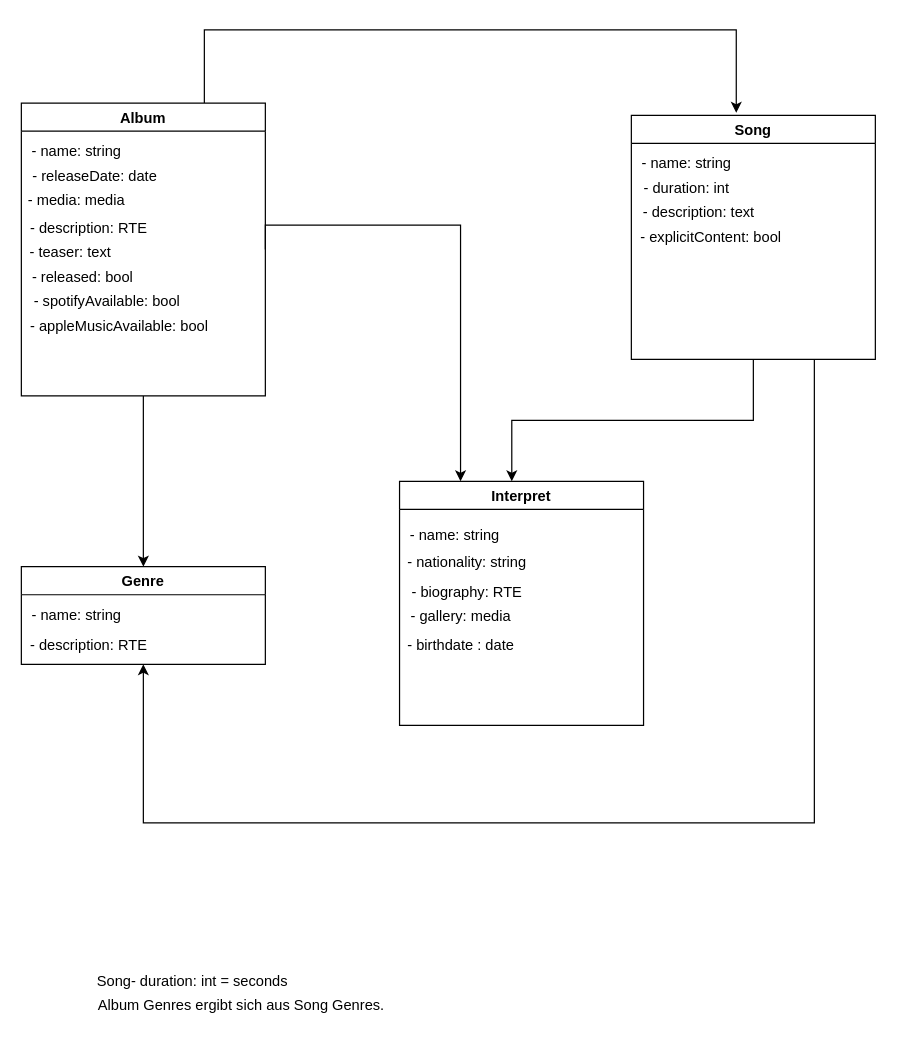
Above: page "UML" (1 of 7) of Untitled Diagram.drawio in free-prayer-bird/demo-repo (draw.io), before the change. Source tidied: cells renumbered, new cells numbered last; positions are measured from the earlier drawing's top-left corner, leaving out a move shared by most shapes. Both pictures are drawn from the tidied source at 122%, with x=0, y=0 at pixel (21, 29).
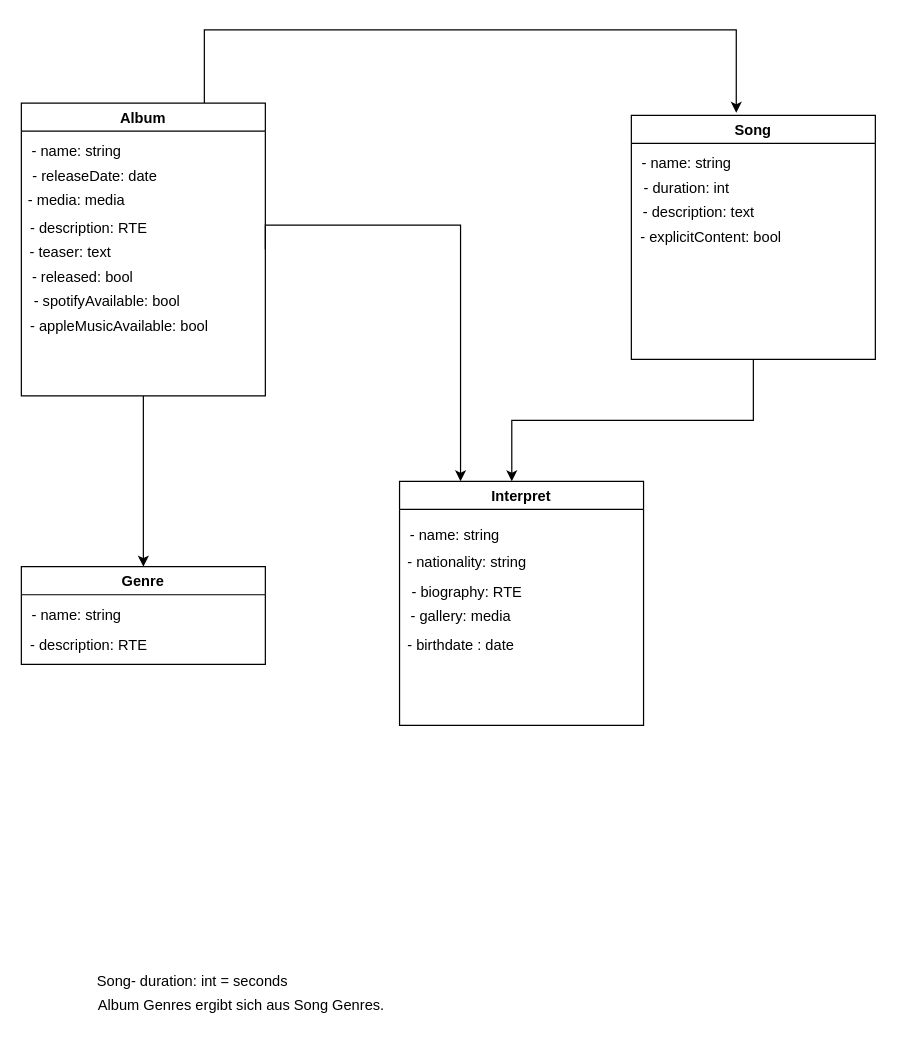
Above is the later version.

Unchanged cells that the change refers to:
```xml
<mxCell id="16" value="Song" style="swimlane;" parent="1" vertex="1">
  <mxGeometry x="500" y="70" width="200" height="200" as="geometry" />
</mxCell>
<mxCell id="27" value="Genre" style="swimlane;" parent="1" vertex="1">
  <mxGeometry y="440" width="200" height="80" as="geometry" />
</mxCell>
```

Change to the diagram source:
```diff
@@
-    <mxCell id="15" style="edgeStyle=orthogonalEdgeStyle;rounded=0;jettySize=auto;html=1;exitX=0.75;exitY=1;exitDx=0;exitDy=0;entryX=0.5;entryY=1;entryDx=0;entryDy=0;" parent="1" edge="1" source="16" target="27">
-      <mxGeometry relative="1" as="geometry">
-        <Array as="points">
-          <mxPoint x="650" y="650" />
-          <mxPoint x="100" y="650" />
-        </Array>
-      </mxGeometry>
-    </mxCell>
```
